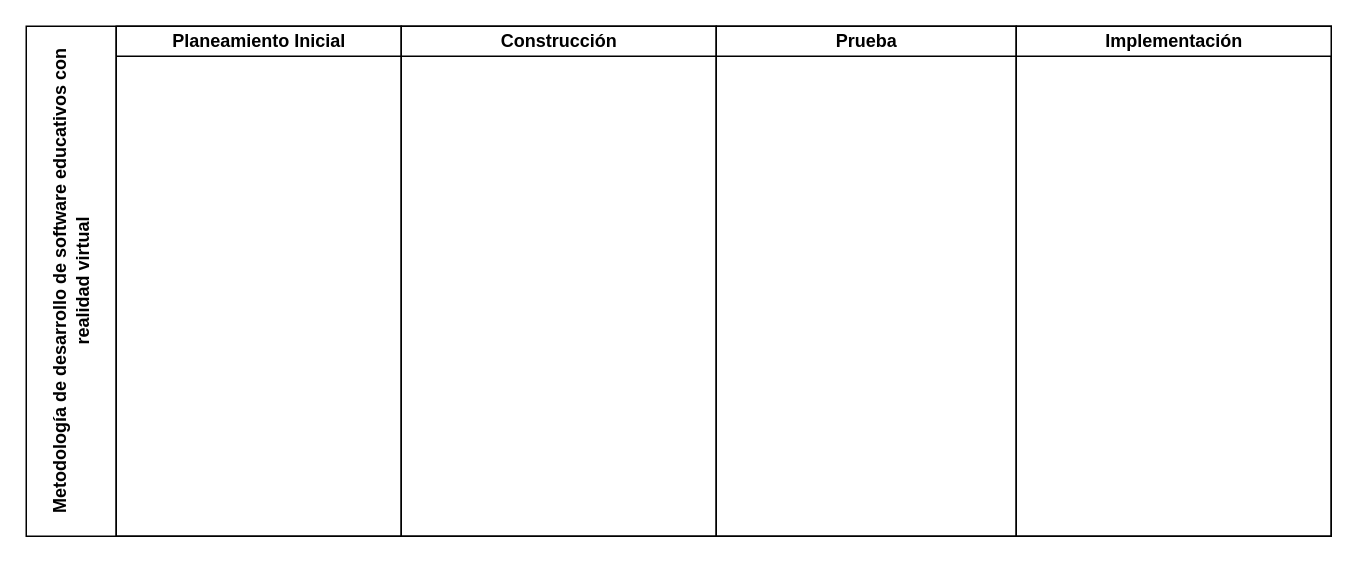
The draw.io diagram Metodología.drawio in AlexisHolyoak/tesis-unmsm-master-degree, before the edit. Source tidied: cells renumbered, new cells numbered last; positions are measured from the earlier drawing's top-left corner, leaving out a move shared by most shapes. Both pictures are drawn from the tidied source at 150%, with x=0, y=0 at pixel (26, 26).
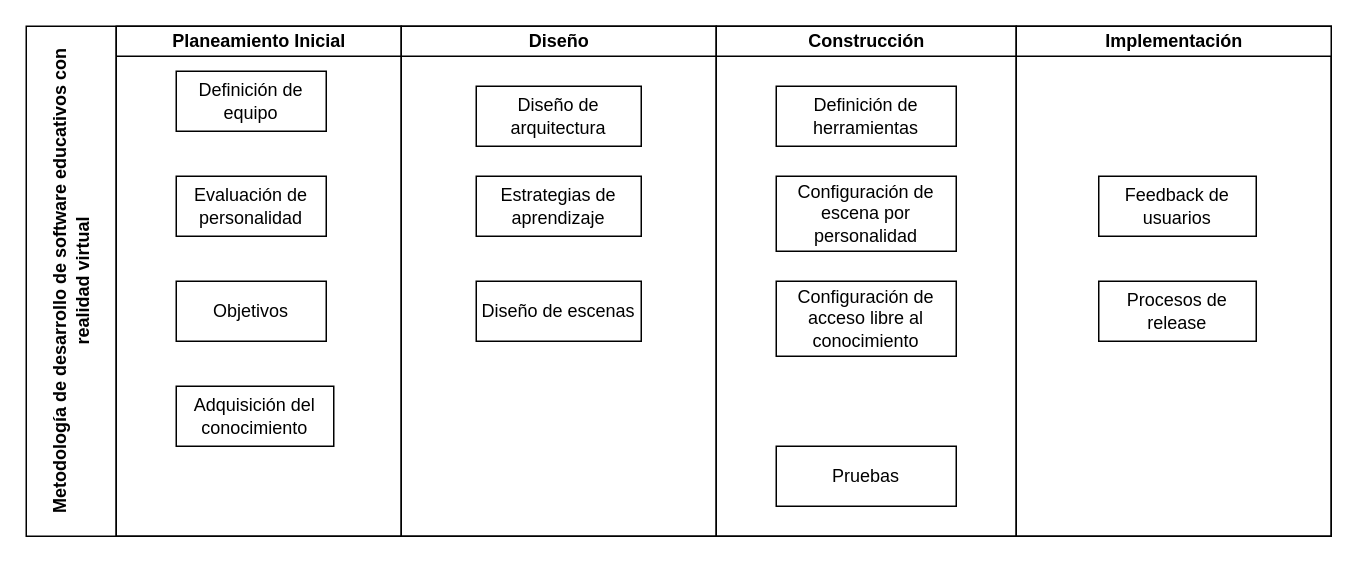
Above is the later version.

Diff of the diagram source:
```diff
@@
 <mxGraphModel>
   <root>
     <mxCell id="0" />
     <mxCell id="1" parent="0" />
     <mxCell id="2" value="Metodología de desarrollo de software educativos con realidad virtual" style="swimlane;html=1;startSize=60;horizontal=0;whiteSpace=wrap;" parent="1" vertex="1">
       <mxGeometry width="870" height="340" as="geometry" />
     </mxCell>
     <mxCell id="3" value="Planeamiento Inicial" style="swimlane;html=1;startSize=20;" parent="2" vertex="1">
       <mxGeometry x="60" width="190" height="340" as="geometry" />
     </mxCell>
+    <mxCell id="7" value="Evaluación de personalidad" style="rounded=0;whiteSpace=wrap;html=1;" parent="3" vertex="1">
+      <mxGeometry x="40" y="100" width="100" height="40" as="geometry" />
+    </mxCell>
+    <mxCell id="8" value="Objetivos" style="rounded=0;whiteSpace=wrap;html=1;" parent="3" vertex="1">
+      <mxGeometry x="40" y="170" width="100" height="40" as="geometry" />
+    </mxCell>
+    <mxCell id="9" value="Definición de equipo" style="rounded=0;whiteSpace=wrap;html=1;" parent="3" vertex="1">
+      <mxGeometry x="40" y="30" width="100" height="40" as="geometry" />
+    </mxCell>
+    <mxCell id="10" value="Adquisición del conocimiento" style="rounded=0;whiteSpace=wrap;html=1;" parent="3" vertex="1">
+      <mxGeometry x="40" y="240" width="105" height="40" as="geometry" />
+    </mxCell>
-    <mxCell id="4" value="Construcción" style="swimlane;html=1;startSize=20;" parent="2" vertex="1">
+    <mxCell id="4" value="Diseño" style="swimlane;html=1;startSize=20;" parent="2" vertex="1">
       <mxGeometry x="250" width="210" height="340" as="geometry" />
     </mxCell>
+    <mxCell id="11" value="Diseño de escenas" style="rounded=0;whiteSpace=wrap;html=1;" parent="4" vertex="1">
+      <mxGeometry x="50" y="170" width="110" height="40" as="geometry" />
+    </mxCell>
+    <mxCell id="12" value="Diseño de arquitectura" style="rounded=0;whiteSpace=wrap;html=1;" parent="4" vertex="1">
+      <mxGeometry x="50" y="40" width="110" height="40" as="geometry" />
+    </mxCell>
+    <mxCell id="13" value="Estrategias de aprendizaje" style="rounded=0;whiteSpace=wrap;html=1;" parent="4" vertex="1">
+      <mxGeometry x="50" y="100" width="110" height="40" as="geometry" />
+    </mxCell>
-    <mxCell id="5" value="Prueba" style="swimlane;html=1;startSize=20;" parent="2" vertex="1">
+    <mxCell id="5" value="Construcción" style="swimlane;html=1;startSize=20;" parent="2" vertex="1">
       <mxGeometry x="460" width="200" height="340" as="geometry" />
     </mxCell>
+    <mxCell id="14" value="Definición de herramientas" style="rounded=0;whiteSpace=wrap;html=1;" parent="5" vertex="1">
+      <mxGeometry x="40" y="40" width="120" height="40" as="geometry" />
+    </mxCell>
+    <mxCell id="15" value="Configuración de acceso libre al conocimiento" style="rounded=0;whiteSpace=wrap;html=1;" parent="5" vertex="1">
+      <mxGeometry x="40" y="170" width="120" height="50" as="geometry" />
+    </mxCell>
+    <mxCell id="16" value="Pruebas" style="rounded=0;whiteSpace=wrap;html=1;" parent="5" vertex="1">
+      <mxGeometry x="40" y="280" width="120" height="40" as="geometry" />
+    </mxCell>
+    <mxCell id="17" value="Configuración de escena por personalidad" style="rounded=0;whiteSpace=wrap;html=1;" parent="5" vertex="1">
+      <mxGeometry x="40" y="100" width="120" height="50" as="geometry" />
+    </mxCell>
     <mxCell id="6" value="Implementación" style="swimlane;html=1;startSize=20;" parent="2" vertex="1">
       <mxGeometry x="660" width="210" height="340" as="geometry" />
     </mxCell>
+    <mxCell id="18" value="Feedback de usuarios" style="rounded=0;whiteSpace=wrap;html=1;" parent="6" vertex="1">
+      <mxGeometry x="55" y="100" width="105" height="40" as="geometry" />
+    </mxCell>
+    <mxCell id="19" value="Procesos de release" style="rounded=0;whiteSpace=wrap;html=1;" parent="6" vertex="1">
+      <mxGeometry x="55" y="170" width="105" height="40" as="geometry" />
+    </mxCell>
   </root>
 </mxGraphModel>
```
